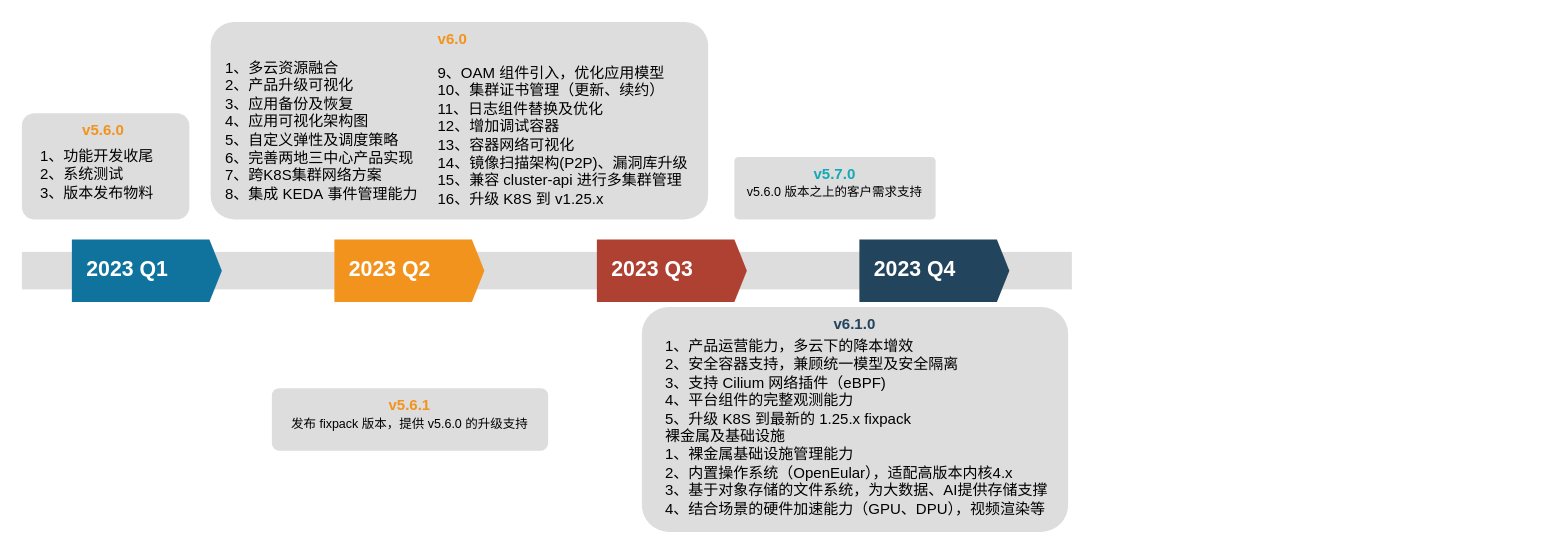
The draw.io diagram TCE-roadmap.drawio in wangjinxiu/draw.io, before the edit. Source tidied: cells renumbered, new cells numbered last; positions are measured from the earlier drawing's top-left corner, leaving out a move shared by most shapes. Both pictures are drawn from the tidied source at 125%, with x=0, y=0 at pixel (21, 21).
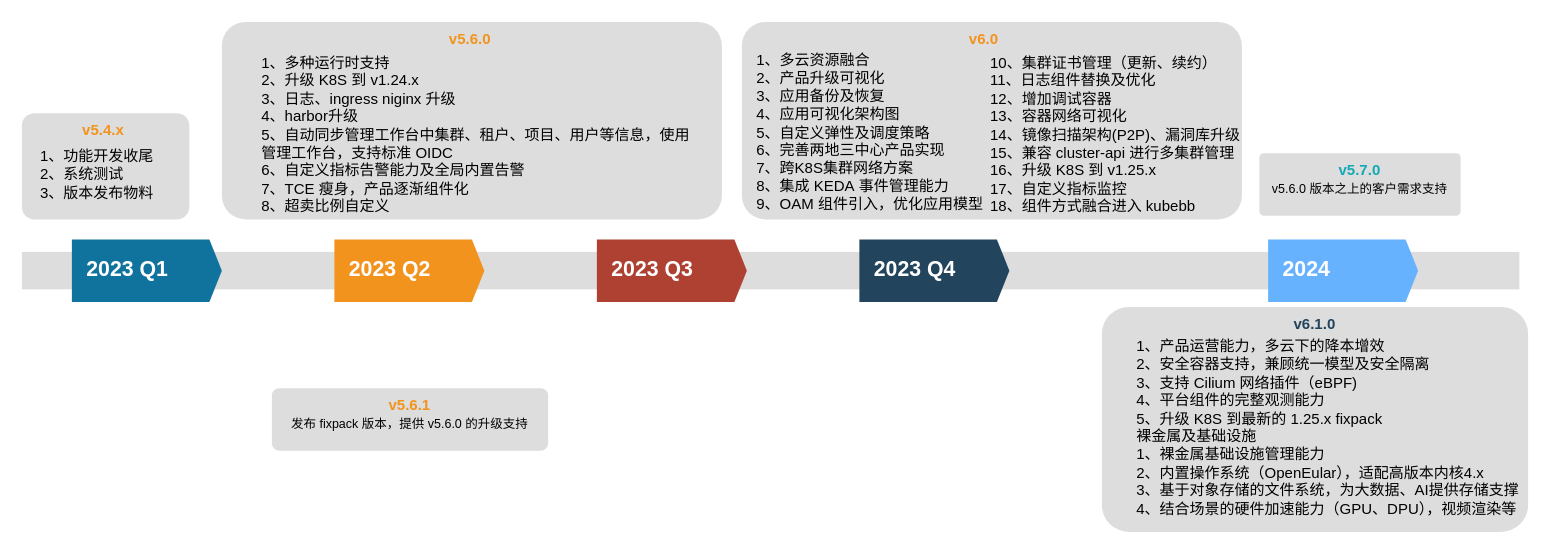
The same diagram, later.

The edit, as a diff of the source:
```diff
@@
 <mxGraphModel>
   <root>
     <mxCell id="0" />
     <mxCell id="1" parent="0" />
     <mxCell id="2" style="fillColor=#dddddd;rounded=0;strokeColor=none;" parent="1" vertex="1">
-      <mxGeometry y="184" width="840" height="30" as="geometry" />
+      <mxGeometry y="184" width="1198" height="30" as="geometry" />
     </mxCell>
     <mxCell id="3" value="2023 Q1" style="shape=mxgraph.infographic.ribbonSimple;notch1=0;notch2=10;notch=0;html=1;fillColor=#10739E;strokeColor=none;shadow=0;fontSize=17;fontColor=#FFFFFF;align=left;spacingLeft=10;fontStyle=1;" parent="1" vertex="1">
       <mxGeometry x="40" y="174" width="120" height="50" as="geometry" />
     </mxCell>
     <mxCell id="4" value="2023 Q2" style="shape=mxgraph.infographic.ribbonSimple;notch1=0;notch2=10;notch=0;html=1;fillColor=#F2931E;strokeColor=none;shadow=0;fontSize=17;fontColor=#FFFFFF;align=left;spacingLeft=10;fontStyle=1;" parent="1" vertex="1">
       <mxGeometry x="250" y="174" width="120" height="50" as="geometry" />
     </mxCell>
     <mxCell id="5" value="2023 Q3" style="shape=mxgraph.infographic.ribbonSimple;notch1=0;notch2=10;notch=0;html=1;fillColor=#AE4132;strokeColor=none;shadow=0;fontSize=17;fontColor=#FFFFFF;align=left;spacingLeft=10;fontStyle=1;" parent="1" vertex="1">
       <mxGeometry x="460" y="174" width="120" height="50" as="geometry" />
     </mxCell>
     <mxCell id="6" value="2023 Q4" style="shape=mxgraph.infographic.ribbonSimple;notch1=0;notch2=10;notch=0;html=1;fillColor=#23445D;strokeColor=none;shadow=0;fontSize=17;fontColor=#FFFFFF;align=left;spacingLeft=10;fontStyle=1;" parent="1" vertex="1">
       <mxGeometry x="670" y="174" width="120" height="50" as="geometry" />
     </mxCell>
     <mxCell id="7" value="&lt;b style=&quot;color: rgb(242 , 147 , 30)&quot;&gt;&amp;nbsp; &amp;nbsp; &amp;nbsp; &amp;nbsp; &amp;nbsp; &amp;nbsp; &amp;nbsp; &amp;nbsp; &amp;nbsp; &amp;nbsp; &amp;nbsp; &amp;nbsp; &amp;nbsp; &amp;nbsp; &amp;nbsp; &amp;nbsp; &amp;nbsp; &amp;nbsp; &amp;nbsp; &amp;nbsp; &amp;nbsp; &amp;nbsp; &amp;nbsp; &amp;nbsp; &amp;nbsp; &amp;nbsp; &amp;nbsp; v6.0&lt;/b&gt;&lt;font color=&quot;#10739e&quot;&gt;&lt;span&gt;&lt;br&gt;&lt;br&gt;&lt;/span&gt;&lt;br&gt;&lt;/font&gt;" style="rounded=1;strokeColor=none;fillColor=#DDDDDD;align=left;arcSize=12;verticalAlign=top;whiteSpace=wrap;html=1;fontSize=12;fontStyle=1;" parent="1" vertex="1">
-      <mxGeometry x="151" width="398" height="158" as="geometry" />
+      <mxGeometry x="576" width="400" height="158" as="geometry" />
     </mxCell>
     <mxCell id="8" value="&lt;font style=&quot;font-size: 10px&quot;&gt;&lt;font style=&quot;font-size: 12px&quot; color=&quot;#23445D&quot;&gt;&lt;b&gt;v6.1.0&lt;/b&gt;&lt;/font&gt;&lt;br&gt;&lt;br&gt;&lt;br&gt;&lt;/font&gt;" style="rounded=1;strokeColor=none;fillColor=#DDDDDD;align=center;arcSize=12;verticalAlign=top;whiteSpace=wrap;html=1;fontSize=12;" parent="1" vertex="1">
-      <mxGeometry x="496" y="228" width="341" height="180" as="geometry" />
+      <mxGeometry x="864" y="228" width="341" height="180" as="geometry" />
     </mxCell>
     <mxCell id="9" value="&lt;font style=&quot;font-size: 10px&quot;&gt;&lt;font style=&quot;font-size: 12px&quot; color=&quot;#12AAB5&quot;&gt;&lt;b&gt;v5.7.0&lt;/b&gt;&lt;/font&gt;&lt;br&gt;v5.6.0 版本之上的客户需求支持&lt;br&gt;&lt;/font&gt;" style="rounded=1;strokeColor=none;fillColor=#DDDDDD;align=center;arcSize=7;verticalAlign=top;whiteSpace=wrap;html=1;fontSize=12;" parent="1" vertex="1">
-      <mxGeometry x="570" y="108" width="161" height="50" as="geometry" />
+      <mxGeometry x="990" y="105" width="161" height="50" as="geometry" />
     </mxCell>
     <mxCell id="10" value="&lt;font style=&quot;font-size: 10px&quot;&gt;&lt;font style=&quot;font-size: 12px&quot; color=&quot;#F2931E&quot;&gt;&lt;b&gt;v5.6.1&lt;br&gt;&lt;/b&gt;&lt;/font&gt;发布 fixpack 版本，提供 v5.6.0 的升级支持&lt;br&gt;&lt;/font&gt;" style="rounded=1;strokeColor=none;fillColor=#DDDDDD;align=center;arcSize=12;verticalAlign=top;whiteSpace=wrap;html=1;fontSize=12;" parent="1" vertex="1">
       <mxGeometry x="200" y="293" width="221" height="50" as="geometry" />
     </mxCell>
-    <mxCell id="11" value="1、多云资源融合&lt;br&gt;2、产品升级可视化&lt;br&gt;3、应用备份及恢复&lt;br&gt;4、应用可视化架构图&amp;nbsp;&lt;br&gt;5、自定义弹性及调度策略&lt;br&gt;6、完善两地三中心产品实现&lt;br&gt;7、跨K8S集群网络方案&lt;br&gt;8、集成 KEDA&amp;nbsp;事件管理能力" style="text;html=1;" parent="1" vertex="1">
-      <mxGeometry x="160.5" y="23" width="198" height="125" as="geometry" />
+    <mxCell id="11" value="1、多云资源融合&lt;br&gt;2、产品升级可视化&lt;br&gt;3、应用备份及恢复&lt;br&gt;4、应用可视化架构图&amp;nbsp;&lt;br&gt;5、自定义弹性及调度策略&lt;br&gt;6、完善两地三中心产品实现&lt;br&gt;7、跨K8S集群网络方案&lt;br&gt;8、集成 KEDA&amp;nbsp;事件管理能力&lt;br&gt;9、OAM 组件引入，优化应用模型" style="text;html=1;" parent="1" vertex="1">
+      <mxGeometry x="586" y="16.5" width="198" height="125" as="geometry" />
     </mxCell>
     <mxCell id="12" value="1、产品运营能力，多云下的降本增效&lt;br&gt;2、安全容器支持，兼顾统一模型及安全隔离&lt;br&gt;3、支持 Cilium 网络插件（eBPF)&lt;br&gt;4、平台组件的完整观测能力&lt;br&gt;5、升级 K8S 到最新的 1.25.x fixpack&lt;br&gt;裸金属及基础设施&lt;br&gt;1、裸金属基础设施管理能力&lt;br&gt;2、内置操作系统（OpenEular），适配高版本内核4.x&lt;br&gt;3、基于对象存储的文件系统，为大数据、AI提供存储支撑&lt;br&gt;4、结合场景的硬件加速能力（GPU、DPU），视频渲染等" style="text;html=1;" parent="1" vertex="1">
-      <mxGeometry x="512.5" y="246" width="315" height="144" as="geometry" />
+      <mxGeometry x="890" y="246" width="315" height="144" as="geometry" />
     </mxCell>
-    <mxCell id="13" value="&lt;b style=&quot;color: rgb(242 , 147 , 30)&quot;&gt;&amp;nbsp; &amp;nbsp; &amp;nbsp; &amp;nbsp; &amp;nbsp; &amp;nbsp; &amp;nbsp; v5.6.0&lt;/b&gt;&lt;font color=&quot;#10739e&quot;&gt;&lt;span&gt;&lt;br&gt;&lt;/span&gt;&lt;br&gt;&lt;/font&gt;" style="rounded=1;strokeColor=none;fillColor=#DDDDDD;align=left;arcSize=12;verticalAlign=top;whiteSpace=wrap;html=1;fontSize=12;fontStyle=1;" parent="1" vertex="1">
+    <mxCell id="13" value="&lt;b style=&quot;color: rgb(242 , 147 , 30)&quot;&gt;&amp;nbsp; &amp;nbsp; &amp;nbsp; &amp;nbsp; &amp;nbsp; &amp;nbsp; &amp;nbsp; v5.4.x&lt;/b&gt;&lt;font color=&quot;#10739e&quot;&gt;&lt;span&gt;&lt;br&gt;&lt;/span&gt;&lt;br&gt;&lt;/font&gt;" style="rounded=1;strokeColor=none;fillColor=#DDDDDD;align=left;arcSize=12;verticalAlign=top;whiteSpace=wrap;html=1;fontSize=12;fontStyle=1;" parent="1" vertex="1">
       <mxGeometry y="73" width="134" height="85" as="geometry" />
     </mxCell>
     <mxCell id="14" value="1、功能开发收尾&lt;br&gt;2、系统测试&lt;br&gt;3、版本发布物料" style="text;html=1;" parent="1" vertex="1">
       <mxGeometry x="13" y="94" width="108" height="56" as="geometry" />
     </mxCell>
-    <mxCell id="15" value="9、OAM 组件引入，优化应用模型&lt;br&gt;10、集群证书管理（更新、续约）&lt;br&gt;11、日志组件替换及优化&lt;br&gt;12、增加调试容器&lt;br&gt;13、容器网络可视化&lt;br&gt;14、镜像扫描架构(P2P)、漏洞库升级&lt;br&gt;15、兼容 cluster-api 进行多集群管理&lt;br&gt;16、升级 K8S 到 v1.25.x" style="text;html=1;" parent="1" vertex="1">
-      <mxGeometry x="330.5" y="26.5" width="203" height="113" as="geometry" />
+    <mxCell id="15" value="10、集群证书管理（更新、续约）&lt;br&gt;11、日志组件替换及优化&lt;br&gt;12、增加调试容器&lt;br&gt;13、容器网络可视化&lt;br&gt;14、镜像扫描架构(P2P)、漏洞库升级&lt;br&gt;15、兼容 cluster-api 进行多集群管理&lt;br&gt;16、升级 K8S 到 v1.25.x&lt;br&gt;17、自定义指标监控&lt;br&gt;18、组件方式融合进入 kubebb" style="text;html=1;" parent="1" vertex="1">
+      <mxGeometry x="773" y="19" width="203" height="113" as="geometry" />
     </mxCell>
+    <mxCell id="16" value="2024" style="shape=mxgraph.infographic.ribbonSimple;notch1=0;notch2=10;notch=0;html=1;fillColor=#66B2FF;strokeColor=none;shadow=0;fontSize=17;fontColor=#FFFFFF;align=left;spacingLeft=10;fontStyle=1;" parent="1" vertex="1">
+      <mxGeometry x="997" y="174" width="120" height="50" as="geometry" />
+    </mxCell>
+    <mxCell id="17" value="&lt;b style=&quot;color: rgb(242 , 147 , 30)&quot;&gt;&amp;nbsp; &amp;nbsp; &amp;nbsp; &amp;nbsp; &amp;nbsp; &amp;nbsp; &amp;nbsp; &amp;nbsp; &amp;nbsp; &amp;nbsp; &amp;nbsp; &amp;nbsp; &amp;nbsp; &amp;nbsp; &amp;nbsp; &amp;nbsp; &amp;nbsp; &amp;nbsp; &amp;nbsp; &amp;nbsp; &amp;nbsp; &amp;nbsp; &amp;nbsp; &amp;nbsp; &amp;nbsp; &amp;nbsp; &amp;nbsp; v5.6.0&lt;/b&gt;&lt;font color=&quot;#10739e&quot;&gt;&lt;span&gt;&lt;br&gt;&lt;br&gt;&lt;/span&gt;&lt;br&gt;&lt;/font&gt;" style="rounded=1;strokeColor=none;fillColor=#DDDDDD;align=left;arcSize=12;verticalAlign=top;whiteSpace=wrap;html=1;fontSize=12;fontStyle=1;" parent="1" vertex="1">
+      <mxGeometry x="160" width="400" height="158" as="geometry" />
+    </mxCell>
+    <mxCell id="18" value="1、多种运行时支持&lt;br&gt;2、升级 K8S 到 v1.24.x&lt;br&gt;3、日志、ingress niginx 升级&lt;br&gt;4、harbor升级&amp;nbsp;&lt;br&gt;5、自动同步管理工作台中集群、租户、项目、用户等信息，使用&lt;br&gt;管理工作台，支持标准 OIDC&lt;br&gt;6、自定义指标告警能力及全局内置告警&lt;br&gt;7、TCE 瘦身，产品逐渐组件化&lt;br style=&quot;border-color: var(--border-color);&quot;&gt;8、超卖比例自定义" style="text;html=1;" parent="1" vertex="1">
+      <mxGeometry x="190" y="19" width="386" height="125" as="geometry" />
+    </mxCell>
   </root>
 </mxGraphModel>
```
